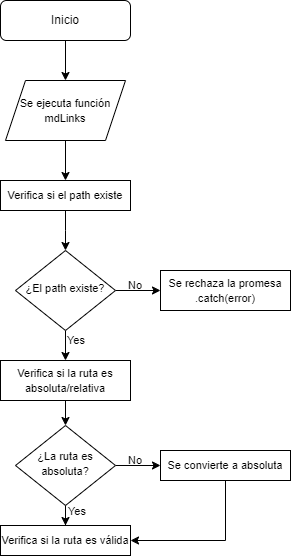
The draw.io diagram mdLinks Flow.drawio.png in Aurapinilla/DEV009-md-links, before a commit. Source tidied: cells renumbered, new cells last; positions are measured from the earlier drawing's top-left corner, leaving out a move shared by most shapes.
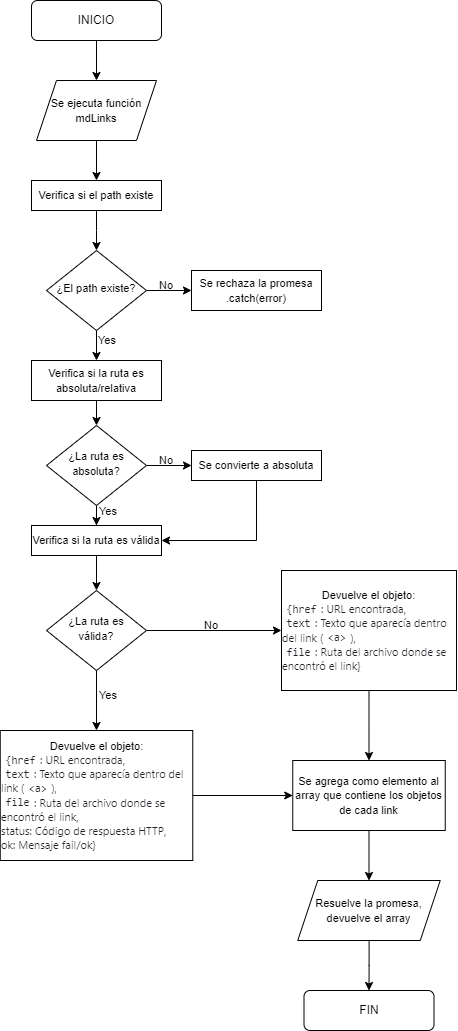
The same diagram one commit later.

What changed in the source:
```diff
@@ -5,7 +5,7 @@
     <mxCell id="2" style="edgeStyle=orthogonalEdgeStyle;rounded=0;jettySize=auto;html=1;exitX=0.5;exitY=1;exitDx=0;exitDy=0;entryX=0.5;entryY=0;entryDx=0;entryDy=0;" parent="1" edge="1" source="3" target="11">
       <mxGeometry relative="1" as="geometry" />
     </mxCell>
-    <mxCell id="3" value="Inicio" style="rounded=1;whiteSpace=wrap;html=1;fontSize=12;glass=0;strokeWidth=1;shadow=0;" parent="1" vertex="1">
+    <mxCell id="3" value="INICIO" style="rounded=1;whiteSpace=wrap;html=1;fontSize=12;glass=0;strokeWidth=1;shadow=0;" parent="1" vertex="1">
       <mxGeometry width="130" height="40" as="geometry" />
     </mxCell>
     <mxCell id="4" style="edgeStyle=orthogonalEdgeStyle;rounded=0;jettySize=auto;html=1;exitX=0.5;exitY=1;exitDx=0;exitDy=0;" parent="1" edge="1" source="11" target="9">
@@ -55,6 +55,9 @@
     <mxCell id="18" value="&lt;font style=&quot;font-size: 11px;&quot;&gt;Se convierte a absoluta&lt;/font&gt;" style="rounded=0;whiteSpace=wrap;html=1;" parent="1" vertex="1">
       <mxGeometry x="160" y="450" width="130" height="30" as="geometry" />
     </mxCell>
+    <mxCell id="24" style="edgeStyle=orthogonalEdgeStyle;rounded=0;jettySize=auto;html=1;" parent="1" edge="1" source="19" target="27">
+      <mxGeometry relative="1" as="geometry" />
+    </mxCell>
     <mxCell id="19" value="&lt;font style=&quot;font-size: 11px;&quot;&gt;Verifica si la ruta es válida&lt;/font&gt;" style="rounded=0;whiteSpace=wrap;html=1;" parent="1" vertex="1">
       <mxGeometry y="525" width="130" height="30" as="geometry" />
     </mxCell>
@@ -70,5 +73,47 @@
     <mxCell id="23" value="&lt;font style=&quot;font-size: 11px;&quot;&gt;No&lt;/font&gt;" style="text;html=1;strokeColor=none;fillColor=none;align=center;verticalAlign=middle;whiteSpace=wrap;rounded=0;" parent="1" vertex="1">
       <mxGeometry x="105" y="270" width="60" height="30" as="geometry" />
     </mxCell>
+    <mxCell id="25" style="edgeStyle=orthogonalEdgeStyle;rounded=0;jettySize=auto;html=1;" parent="1" edge="1" source="27" target="29">
+      <mxGeometry relative="1" as="geometry" />
+    </mxCell>
+    <mxCell id="26" style="edgeStyle=orthogonalEdgeStyle;rounded=0;jettySize=auto;html=1;exitX=0.5;exitY=1;exitDx=0;exitDy=0;entryX=0.5;entryY=0;entryDx=0;entryDy=0;" parent="1" edge="1" source="27" target="33">
+      <mxGeometry relative="1" as="geometry" />
+    </mxCell>
+    <mxCell id="27" value="&lt;font style=&quot;font-size: 11px;&quot;&gt;¿La ruta es válida?&lt;/font&gt;" style="rhombus;whiteSpace=wrap;html=1;shadow=0;fontFamily=Helvetica;fontSize=12;align=center;strokeWidth=1;spacing=6;spacingTop=-4;" parent="1" vertex="1">
+      <mxGeometry x="15" y="590" width="100" height="80" as="geometry" />
+    </mxCell>
+    <mxCell id="28" style="edgeStyle=orthogonalEdgeStyle;rounded=0;jettySize=auto;html=1;entryX=0.5;entryY=0;entryDx=0;entryDy=0;" parent="1" edge="1" source="29" target="35">
+      <mxGeometry relative="1" as="geometry" />
+    </mxCell>
+    <mxCell id="29" value="&lt;font style=&quot;font-size: 11px;&quot;&gt;Devuelve el objeto:&lt;br&gt;&lt;div style=&quot;text-align: left;&quot;&gt;&lt;code style=&quot;background-color: var(--bgColor-neutral-muted, var(--color-neutral-muted)); color: rgb(31, 35, 40); box-sizing: border-box; font-family: ui-monospace, SFMono-Regular, &amp;quot;SF Mono&amp;quot;, Menlo, Consolas, &amp;quot;Liberation Mono&amp;quot;, monospace; padding: 0.2em 0.4em; margin: 0px; border-radius: 6px;&quot;&gt;{href&lt;/code&gt;&lt;span style=&quot;background-color: rgb(255, 255, 255); color: rgb(31, 35, 40); font-family: -apple-system, BlinkMacSystemFont, &amp;quot;Segoe UI&amp;quot;, &amp;quot;Noto Sans&amp;quot;, Helvetica, Arial, sans-serif, &amp;quot;Apple Color Emoji&amp;quot;, &amp;quot;Segoe UI Emoji&amp;quot;;&quot;&gt;: URL encontrada,&lt;/span&gt;&lt;/div&gt;&lt;div style=&quot;text-align: left;&quot;&gt;&lt;code style=&quot;background-color: var(--bgColor-neutral-muted, var(--color-neutral-muted)); color: rgb(31, 35, 40); box-sizing: border-box; font-family: ui-monospace, SFMono-Regular, &amp;quot;SF Mono&amp;quot;, Menlo, Consolas, &amp;quot;Liberation Mono&amp;quot;, monospace; padding: 0.2em 0.4em; margin: 0px; border-radius: 6px;&quot;&gt;text&lt;/code&gt;&lt;span style=&quot;background-color: rgb(255, 255, 255); color: rgb(31, 35, 40); font-family: -apple-system, BlinkMacSystemFont, &amp;quot;Segoe UI&amp;quot;, &amp;quot;Noto Sans&amp;quot;, Helvetica, Arial, sans-serif, &amp;quot;Apple Color Emoji&amp;quot;, &amp;quot;Segoe UI Emoji&amp;quot;;&quot;&gt;: Texto que aparecía dentro del link (&lt;/span&gt;&lt;code style=&quot;background-color: var(--bgColor-neutral-muted, var(--color-neutral-muted)); color: rgb(31, 35, 40); box-sizing: border-box; font-family: ui-monospace, SFMono-Regular, &amp;quot;SF Mono&amp;quot;, Menlo, Consolas, &amp;quot;Liberation Mono&amp;quot;, monospace; padding: 0.2em 0.4em; margin: 0px; border-radius: 6px;&quot;&gt;&amp;lt;a&amp;gt;&lt;/code&gt;&lt;span style=&quot;background-color: rgb(255, 255, 255); color: rgb(31, 35, 40); font-family: -apple-system, BlinkMacSystemFont, &amp;quot;Segoe UI&amp;quot;, &amp;quot;Noto Sans&amp;quot;, Helvetica, Arial, sans-serif, &amp;quot;Apple Color Emoji&amp;quot;, &amp;quot;Segoe UI Emoji&amp;quot;;&quot;&gt;),&lt;/span&gt;&lt;/div&gt;&lt;div style=&quot;text-align: left;&quot;&gt;&lt;code style=&quot;background-color: var(--bgColor-neutral-muted, var(--color-neutral-muted)); color: rgb(31, 35, 40); box-sizing: border-box; font-family: ui-monospace, SFMono-Regular, &amp;quot;SF Mono&amp;quot;, Menlo, Consolas, &amp;quot;Liberation Mono&amp;quot;, monospace; padding: 0.2em 0.4em; margin: 0px; border-radius: 6px;&quot;&gt;file&lt;/code&gt;&lt;span style=&quot;background-color: rgb(255, 255, 255); color: rgb(31, 35, 40); font-family: -apple-system, BlinkMacSystemFont, &amp;quot;Segoe UI&amp;quot;, &amp;quot;Noto Sans&amp;quot;, Helvetica, Arial, sans-serif, &amp;quot;Apple Color Emoji&amp;quot;, &amp;quot;Segoe UI Emoji&amp;quot;;&quot;&gt;: Ruta del archivo donde se encontró el link}&lt;/span&gt;&lt;/div&gt;&lt;/font&gt;" style="rounded=0;whiteSpace=wrap;html=1;" parent="1" vertex="1">
+      <mxGeometry x="250" y="570" width="175" height="120" as="geometry" />
+    </mxCell>
+    <mxCell id="30" value="&lt;font style=&quot;font-size: 11px;&quot;&gt;No&lt;/font&gt;" style="text;html=1;strokeColor=none;fillColor=none;align=center;verticalAlign=middle;whiteSpace=wrap;rounded=0;" parent="1" vertex="1">
+      <mxGeometry x="150" y="610" width="60" height="30" as="geometry" />
+    </mxCell>
+    <mxCell id="31" value="&lt;font style=&quot;font-size: 11px;&quot;&gt;Yes&lt;/font&gt;" style="text;html=1;strokeColor=none;fillColor=none;align=center;verticalAlign=middle;whiteSpace=wrap;rounded=0;" parent="1" vertex="1">
+      <mxGeometry x="47" y="680" width="60" height="30" as="geometry" />
+    </mxCell>
+    <mxCell id="32" style="edgeStyle=orthogonalEdgeStyle;rounded=0;jettySize=auto;html=1;" parent="1" edge="1" source="33" target="35">
+      <mxGeometry relative="1" as="geometry" />
+    </mxCell>
+    <mxCell id="33" value="&lt;font style=&quot;font-size: 11px;&quot;&gt;Devuelve el objeto:&lt;br&gt;&lt;div style=&quot;text-align: left;&quot;&gt;&lt;code style=&quot;background-color: var(--bgColor-neutral-muted, var(--color-neutral-muted)); color: rgb(31, 35, 40); box-sizing: border-box; font-family: ui-monospace, SFMono-Regular, &amp;quot;SF Mono&amp;quot;, Menlo, Consolas, &amp;quot;Liberation Mono&amp;quot;, monospace; padding: 0.2em 0.4em; margin: 0px; border-radius: 6px;&quot;&gt;{href&lt;/code&gt;&lt;span style=&quot;background-color: rgb(255, 255, 255); color: rgb(31, 35, 40); font-family: -apple-system, BlinkMacSystemFont, &amp;quot;Segoe UI&amp;quot;, &amp;quot;Noto Sans&amp;quot;, Helvetica, Arial, sans-serif, &amp;quot;Apple Color Emoji&amp;quot;, &amp;quot;Segoe UI Emoji&amp;quot;;&quot;&gt;: URL encontrada,&lt;/span&gt;&lt;/div&gt;&lt;div style=&quot;text-align: left;&quot;&gt;&lt;code style=&quot;background-color: var(--bgColor-neutral-muted, var(--color-neutral-muted)); color: rgb(31, 35, 40); box-sizing: border-box; font-family: ui-monospace, SFMono-Regular, &amp;quot;SF Mono&amp;quot;, Menlo, Consolas, &amp;quot;Liberation Mono&amp;quot;, monospace; padding: 0.2em 0.4em; margin: 0px; border-radius: 6px;&quot;&gt;text&lt;/code&gt;&lt;span style=&quot;background-color: rgb(255, 255, 255); color: rgb(31, 35, 40); font-family: -apple-system, BlinkMacSystemFont, &amp;quot;Segoe UI&amp;quot;, &amp;quot;Noto Sans&amp;quot;, Helvetica, Arial, sans-serif, &amp;quot;Apple Color Emoji&amp;quot;, &amp;quot;Segoe UI Emoji&amp;quot;;&quot;&gt;: Texto que aparecía dentro del link (&lt;/span&gt;&lt;code style=&quot;background-color: var(--bgColor-neutral-muted, var(--color-neutral-muted)); color: rgb(31, 35, 40); box-sizing: border-box; font-family: ui-monospace, SFMono-Regular, &amp;quot;SF Mono&amp;quot;, Menlo, Consolas, &amp;quot;Liberation Mono&amp;quot;, monospace; padding: 0.2em 0.4em; margin: 0px; border-radius: 6px;&quot;&gt;&amp;lt;a&amp;gt;&lt;/code&gt;&lt;span style=&quot;background-color: rgb(255, 255, 255); color: rgb(31, 35, 40); font-family: -apple-system, BlinkMacSystemFont, &amp;quot;Segoe UI&amp;quot;, &amp;quot;Noto Sans&amp;quot;, Helvetica, Arial, sans-serif, &amp;quot;Apple Color Emoji&amp;quot;, &amp;quot;Segoe UI Emoji&amp;quot;;&quot;&gt;),&lt;/span&gt;&lt;/div&gt;&lt;div style=&quot;text-align: left;&quot;&gt;&lt;code style=&quot;background-color: var(--bgColor-neutral-muted, var(--color-neutral-muted)); color: rgb(31, 35, 40); box-sizing: border-box; font-family: ui-monospace, SFMono-Regular, &amp;quot;SF Mono&amp;quot;, Menlo, Consolas, &amp;quot;Liberation Mono&amp;quot;, monospace; padding: 0.2em 0.4em; margin: 0px; border-radius: 6px;&quot;&gt;file&lt;/code&gt;&lt;span style=&quot;background-color: rgb(255, 255, 255); color: rgb(31, 35, 40); font-family: -apple-system, BlinkMacSystemFont, &amp;quot;Segoe UI&amp;quot;, &amp;quot;Noto Sans&amp;quot;, Helvetica, Arial, sans-serif, &amp;quot;Apple Color Emoji&amp;quot;, &amp;quot;Segoe UI Emoji&amp;quot;;&quot;&gt;: Ruta del archivo donde se encontró el link,&lt;/span&gt;&lt;/div&gt;&lt;div style=&quot;text-align: left;&quot;&gt;&lt;span style=&quot;background-color: rgb(255, 255, 255); color: rgb(31, 35, 40); font-family: -apple-system, BlinkMacSystemFont, &amp;quot;Segoe UI&amp;quot;, &amp;quot;Noto Sans&amp;quot;, Helvetica, Arial, sans-serif, &amp;quot;Apple Color Emoji&amp;quot;, &amp;quot;Segoe UI Emoji&amp;quot;;&quot;&gt;status: Código de respuesta HTTP,&lt;/span&gt;&lt;/div&gt;&lt;div style=&quot;text-align: left;&quot;&gt;&lt;span style=&quot;background-color: rgb(255, 255, 255); color: rgb(31, 35, 40); font-family: -apple-system, BlinkMacSystemFont, &amp;quot;Segoe UI&amp;quot;, &amp;quot;Noto Sans&amp;quot;, Helvetica, Arial, sans-serif, &amp;quot;Apple Color Emoji&amp;quot;, &amp;quot;Segoe UI Emoji&amp;quot;;&quot;&gt;ok: Mensaje fail/ok}&lt;/span&gt;&lt;/div&gt;&lt;/font&gt;" style="rounded=0;whiteSpace=wrap;html=1;" parent="1" vertex="1">
+      <mxGeometry x="-31.2" y="730" width="192.5" height="130" as="geometry" />
+    </mxCell>
+    <mxCell id="34" style="edgeStyle=orthogonalEdgeStyle;rounded=0;jettySize=auto;html=1;" parent="1" edge="1" source="35" target="37">
+      <mxGeometry relative="1" as="geometry" />
+    </mxCell>
+    <mxCell id="35" value="&lt;font style=&quot;font-size: 11px;&quot;&gt;Se agrega como elemento al array que contiene los objetos de cada link&lt;/font&gt;" style="rounded=0;whiteSpace=wrap;html=1;" parent="1" vertex="1">
+      <mxGeometry x="261.2" y="760" width="152.5" height="70" as="geometry" />
+    </mxCell>
+    <mxCell id="36" style="edgeStyle=orthogonalEdgeStyle;rounded=0;jettySize=auto;html=1;" parent="1" edge="1" source="37" target="38">
+      <mxGeometry relative="1" as="geometry" />
+    </mxCell>
+    <mxCell id="37" value="&lt;font style=&quot;font-size: 11px;&quot;&gt;Resuelve la promesa, devuelve el array&lt;/font&gt;" style="shape=parallelogram;perimeter=parallelogramPerimeter;whiteSpace=wrap;html=1;fixedSize=1;" parent="1" vertex="1">
+      <mxGeometry x="266.2" y="880" width="142.5" height="60" as="geometry" />
+    </mxCell>
+    <mxCell id="38" value="FIN" style="rounded=1;whiteSpace=wrap;html=1;fontSize=12;glass=0;strokeWidth=1;shadow=0;" parent="1" vertex="1">
+      <mxGeometry x="272.5" y="990" width="130" height="40" as="geometry" />
+    </mxCell>
   </root>
 </mxGraphModel>
```
